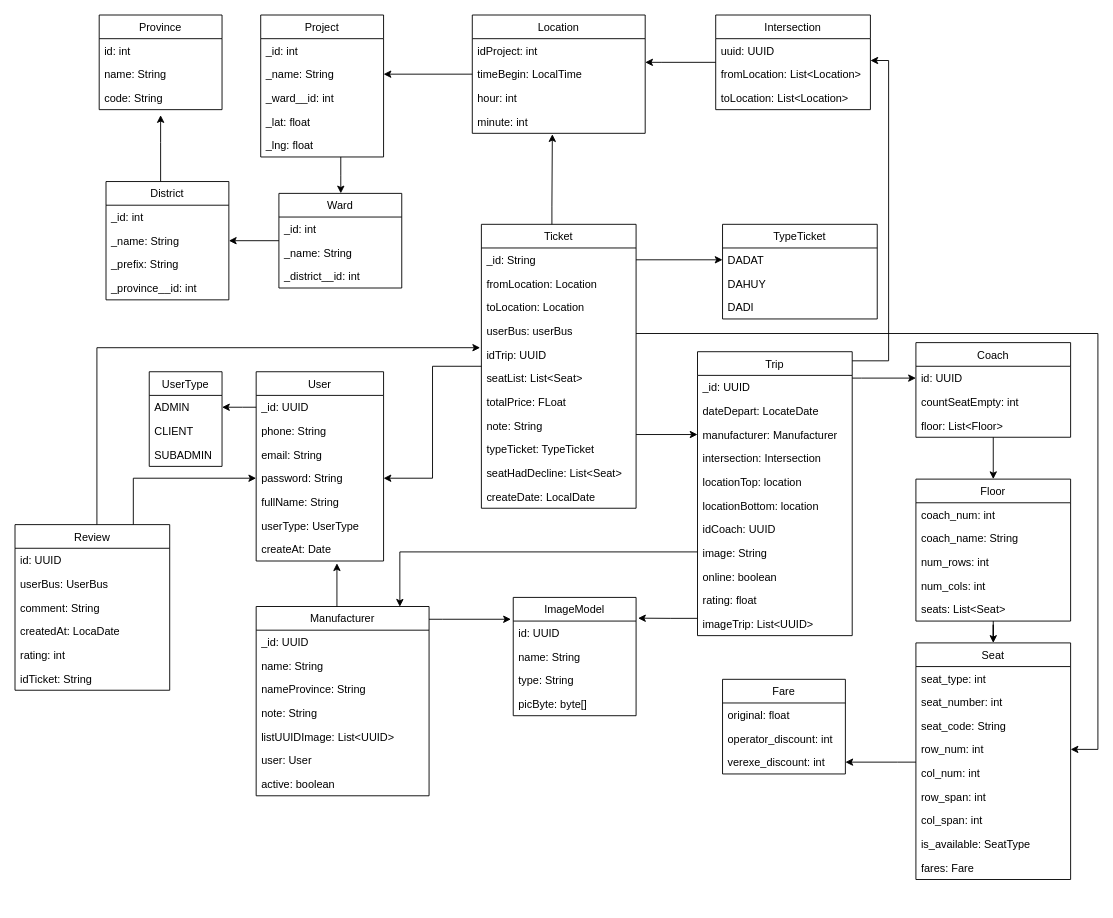
The draw.io diagram Untitled Diagram.drawio in quannguyen1999/manage-disks, before the edit. Source tidied: cells renumbered, new cells numbered last; positions are measured from the earlier drawing's top-left corner, leaving out a move shared by most shapes. Both pictures are drawn from the tidied source at 91%, with x=0, y=0 at pixel (15, 15).
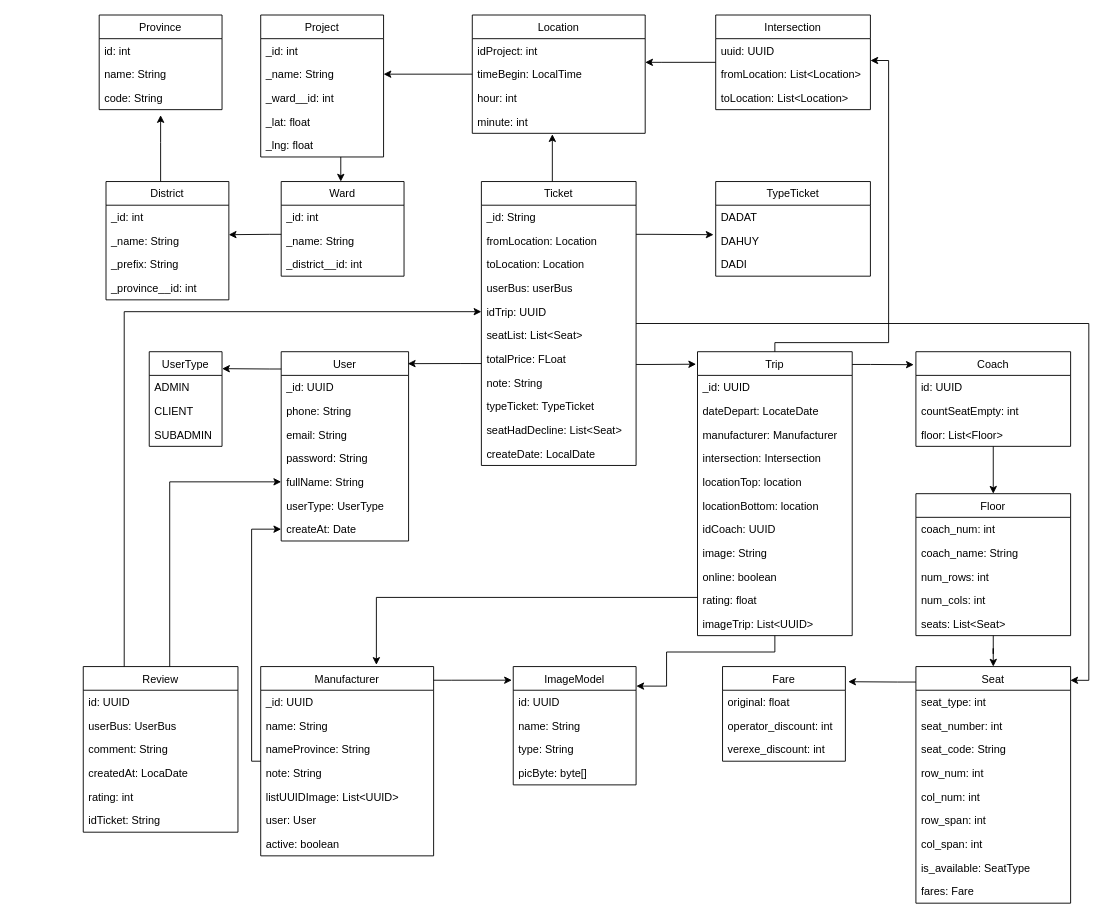
The same diagram, later.

The change refers to these unchanged cells:
```xml
<mxCell id="3" value="ADMIN" style="text;strokeColor=none;fillColor=none;align=left;verticalAlign=top;spacingLeft=4;spacingRight=4;overflow=hidden;points=[[0,0.5],[1,0.5]];portConstraint=eastwest;" parent="2" vertex="1">
  <mxGeometry y="26" width="80" height="26" as="geometry" />
</mxCell>
<mxCell id="11" value="password: String" style="text;strokeColor=none;fillColor=none;align=left;verticalAlign=top;spacingLeft=4;spacingRight=4;overflow=hidden;points=[[0,0.5],[1,0.5]];portConstraint=eastwest;" parent="7" vertex="1">
  <mxGeometry y="104" width="140" height="26" as="geometry" />
</mxCell>
<mxCell id="12" value="fullName: String" style="text;strokeColor=none;fillColor=none;align=left;verticalAlign=top;spacingLeft=4;spacingRight=4;overflow=hidden;points=[[0,0.5],[1,0.5]];portConstraint=eastwest;" parent="7" vertex="1">
  <mxGeometry y="130" width="140" height="26" as="geometry" />
</mxCell>
<mxCell id="14" value="createAt: Date" style="text;strokeColor=none;fillColor=none;align=left;verticalAlign=top;spacingLeft=4;spacingRight=4;overflow=hidden;points=[[0,0.5],[1,0.5]];portConstraint=eastwest;" parent="7" vertex="1">
  <mxGeometry y="182" width="140" height="26" as="geometry" />
</mxCell>
<mxCell id="23" value="_name: String" style="text;strokeColor=none;fillColor=none;align=left;verticalAlign=top;spacingLeft=4;spacingRight=4;overflow=hidden;points=[[0,0.5],[1,0.5]];portConstraint=eastwest;" parent="21" vertex="1">
  <mxGeometry y="52" width="135" height="26" as="geometry" />
</mxCell>
<mxCell id="38" value="id: UUID" style="text;strokeColor=none;fillColor=none;align=left;verticalAlign=top;spacingLeft=4;spacingRight=4;overflow=hidden;points=[[0,0.5],[1,0.5]];portConstraint=eastwest;" parent="37" vertex="1">
  <mxGeometry y="26" width="135" height="26" as="geometry" />
</mxCell>
<mxCell id="61" value="fromLocation: List&lt;Location&gt;" style="text;strokeColor=none;fillColor=none;align=left;verticalAlign=top;spacingLeft=4;spacingRight=4;overflow=hidden;points=[[0,0.5],[1,0.5]];portConstraint=eastwest;" parent="59" vertex="1">
  <mxGeometry y="52" width="170" height="26" as="geometry" />
</mxCell>
<mxCell id="68" value="row_num: int" style="text;strokeColor=none;fillColor=none;align=left;verticalAlign=top;spacingLeft=4;spacingRight=4;overflow=hidden;points=[[0,0.5],[1,0.5]];portConstraint=eastwest;" parent="64" vertex="1">
  <mxGeometry y="104" width="170" height="26" as="geometry" />
</mxCell>
<mxCell id="85" value="Trip" style="swimlane;fontStyle=0;horizontal=1;startSize=26;fillColor=none;" parent="1" vertex="1">
  <mxGeometry x="750" y="370" width="170" height="312" as="geometry" />
</mxCell>
<mxCell id="99" value="id: UUID" style="text;strokeColor=none;fillColor=none;align=left;verticalAlign=top;spacingLeft=4;spacingRight=4;overflow=hidden;points=[[0,0.5],[1,0.5]];portConstraint=eastwest;" parent="98" vertex="1">
  <mxGeometry y="26" width="170" height="26" as="geometry" />
</mxCell>
<mxCell id="103" value="DADAT" style="text;strokeColor=none;fillColor=none;align=left;verticalAlign=top;spacingLeft=4;spacingRight=4;overflow=hidden;points=[[0,0.5],[1,0.5]];portConstraint=eastwest;" parent="102" vertex="1">
  <mxGeometry y="26" width="170" height="26" as="geometry" />
</mxCell>
<mxCell id="104" value="DAHUY" style="text;strokeColor=none;fillColor=none;align=left;verticalAlign=top;spacingLeft=4;spacingRight=4;overflow=hidden;points=[[0,0.5],[1,0.5]];portConstraint=eastwest;" parent="102" vertex="1">
  <mxGeometry y="52" width="170" height="26" as="geometry" />
</mxCell>
<mxCell id="116" value="idTrip: UUID" style="text;strokeColor=none;fillColor=none;align=left;verticalAlign=top;spacingLeft=4;spacingRight=4;overflow=hidden;points=[[0,0.5],[1,0.5]];portConstraint=eastwest;" parent="111" vertex="1">
  <mxGeometry y="130" width="170" height="26" as="geometry" />
</mxCell>
<mxCell id="135" value="verexe_discount: int" style="text;strokeColor=none;fillColor=none;align=left;verticalAlign=top;spacingLeft=4;spacingRight=4;overflow=hidden;points=[[0,0.5],[1,0.5]];portConstraint=eastwest;" parent="132" vertex="1">
  <mxGeometry y="78" width="135" height="26" as="geometry" />
</mxCell>
```

Change to the diagram source:
```diff
@@
     <mxCell id="2" value="UserType" style="swimlane;fontStyle=0;horizontal=1;startSize=26;fillColor=none;" parent="1" vertex="1">
-      <mxGeometry x="147.5" y="392" width="80" height="104" as="geometry" />
+      <mxGeometry x="147.5" y="370" width="80" height="104" as="geometry" />
     </mxCell>
@@
-    <mxCell id="6" style="edgeStyle=orthogonalEdgeStyle;rounded=0;jettySize=auto;html=1;entryX=1;entryY=0.5;entryDx=0;entryDy=0;" parent="1" edge="1" source="7" target="3">
-      <mxGeometry relative="1" as="geometry">
-        <Array as="points">
-          <mxPoint x="250" y="431" />
-          <mxPoint x="250" y="431" />
-        </Array>
-      </mxGeometry>
-    </mxCell>
+    <mxCell id="136" style="edgeStyle=orthogonalEdgeStyle;rounded=0;jettySize=auto;html=1;entryX=1.001;entryY=0.179;entryDx=0;entryDy=0;entryPerimeter=0;" parent="1" edge="1" source="7" target="2">
+      <mxGeometry relative="1" as="geometry">
+        <Array as="points">
+          <mxPoint x="280" y="389" />
+          <mxPoint x="280" y="389" />
+        </Array>
+      </mxGeometry>
+    </mxCell>
     <mxCell id="7" value="User" style="swimlane;fontStyle=0;horizontal=1;startSize=26;fillColor=none;" parent="1" vertex="1">
-      <mxGeometry x="265" y="392" width="140" height="208" as="geometry" />
+      <mxGeometry x="292.5" y="370" width="140" height="208" as="geometry" />
     </mxCell>
@@
-    <mxCell id="15" style="edgeStyle=orthogonalEdgeStyle;rounded=0;jettySize=auto;html=1;entryX=1;entryY=0.5;entryDx=0;entryDy=0;" parent="1" edge="1" source="16" target="23">
-      <mxGeometry relative="1" as="geometry" />
+    <mxCell id="15" style="edgeStyle=orthogonalEdgeStyle;rounded=0;jettySize=auto;html=1;entryX=0.999;entryY=0.246;entryDx=0;entryDy=0;entryPerimeter=0;" parent="1" edge="1" source="16" target="23">
+      <mxGeometry relative="1" as="geometry">
+        <Array as="points">
+          <mxPoint x="280" y="241" />
+          <mxPoint x="280" y="241" />
+        </Array>
+      </mxGeometry>
     </mxCell>
     <mxCell id="16" value="Ward" style="swimlane;fontStyle=0;horizontal=1;startSize=26;fillColor=none;" parent="1" vertex="1">
-      <mxGeometry x="290" y="196" width="135" height="104" as="geometry" />
+      <mxGeometry x="292.5" y="183" width="135" height="104" as="geometry" />
     </mxCell>
@@
     <mxCell id="37" value="ImageModel" style="swimlane;fontStyle=0;horizontal=1;startSize=26;fillColor=none;" parent="1" vertex="1">
-      <mxGeometry x="547.5" y="640" width="135" height="130" as="geometry" />
+      <mxGeometry x="547.5" y="716" width="135" height="130" as="geometry" />
     </mxCell>
@@
-    <mxCell id="42" style="edgeStyle=orthogonalEdgeStyle;rounded=0;jettySize=auto;html=1;entryX=0.634;entryY=1.095;entryDx=0;entryDy=0;entryPerimeter=0;" parent="1" edge="1" source="44" target="14">
+    <mxCell id="42" style="edgeStyle=orthogonalEdgeStyle;rounded=0;jettySize=auto;html=1;entryX=0;entryY=0.5;entryDx=0;entryDy=0;" parent="1" edge="1" source="44" target="14">
       <mxGeometry relative="1" as="geometry">
         <Array as="points">
-          <mxPoint x="354" y="660" />
-          <mxPoint x="354" y="660" />
+          <mxPoint x="260" y="820" />
+          <mxPoint x="260" y="565" />
         </Array>
       </mxGeometry>
     </mxCell>
-    <mxCell id="43" style="edgeStyle=orthogonalEdgeStyle;rounded=0;jettySize=auto;html=1;entryX=-0.019;entryY=-0.077;entryDx=0;entryDy=0;entryPerimeter=0;" parent="1" edge="1" source="44" target="38">
-      <mxGeometry relative="1" as="geometry">
-        <Array as="points">
-          <mxPoint x="470" y="664" />
-          <mxPoint x="470" y="664" />
-        </Array>
-      </mxGeometry>
-    </mxCell>
+    <mxCell id="137" style="edgeStyle=orthogonalEdgeStyle;rounded=0;jettySize=auto;html=1;entryX=-0.011;entryY=0.115;entryDx=0;entryDy=0;entryPerimeter=0;" parent="1" edge="1" source="44" target="37">
+      <mxGeometry relative="1" as="geometry">
+        <Array as="points">
+          <mxPoint x="480" y="731" />
+          <mxPoint x="480" y="731" />
+        </Array>
+      </mxGeometry>
+    </mxCell>
     <mxCell id="44" value="Manufacturer" style="swimlane;fontStyle=0;horizontal=1;startSize=26;fillColor=none;" parent="1" vertex="1">
-      <mxGeometry x="265" y="650" width="190" height="208" as="geometry" />
+      <mxGeometry x="270" y="716" width="190" height="208" as="geometry" />
     </mxCell>
@@
-    <mxCell id="63" style="edgeStyle=orthogonalEdgeStyle;rounded=0;jettySize=auto;html=1;entryX=1;entryY=0.5;entryDx=0;entryDy=0;" parent="1" edge="1" source="64" target="135">
-      <mxGeometry relative="1" as="geometry">
-        <Array as="points">
-          <mxPoint x="970" y="821" />
-          <mxPoint x="970" y="821" />
-        </Array>
-      </mxGeometry>
-    </mxCell>
+    <mxCell id="138" style="edgeStyle=orthogonalEdgeStyle;rounded=0;jettySize=auto;html=1;entryX=1.023;entryY=0.16;entryDx=0;entryDy=0;entryPerimeter=0;" parent="1" edge="1" source="64" target="132">
+      <mxGeometry relative="1" as="geometry">
+        <Array as="points">
+          <mxPoint x="970" y="733" />
+          <mxPoint x="970" y="733" />
+        </Array>
+      </mxGeometry>
+    </mxCell>
     <mxCell id="64" value="Seat" style="swimlane;fontStyle=0;horizontal=1;startSize=26;fillColor=none;" parent="1" vertex="1">
-      <mxGeometry x="990" y="690" width="170" height="260" as="geometry" />
+      <mxGeometry x="990" y="716" width="170" height="260" as="geometry" />
     </mxCell>
@@
     <mxCell id="75" value="Floor" style="swimlane;fontStyle=0;horizontal=1;startSize=26;fillColor=none;" parent="1" vertex="1">
-      <mxGeometry x="990" y="510" width="170" height="156" as="geometry" />
+      <mxGeometry x="990" y="526" width="170" height="156" as="geometry" />
     </mxCell>
@@
-    <mxCell id="81" style="edgeStyle=orthogonalEdgeStyle;rounded=0;jettySize=auto;html=1;entryX=0;entryY=0.5;entryDx=0;entryDy=0;" parent="1" edge="1" source="85" target="99">
-      <mxGeometry relative="1" as="geometry">
-        <Array as="points">
-          <mxPoint x="930" y="399" />
-          <mxPoint x="930" y="399" />
-        </Array>
-      </mxGeometry>
-    </mxCell>
-    <mxCell id="82" style="edgeStyle=orthogonalEdgeStyle;rounded=0;jettySize=auto;html=1;entryX=1.016;entryY=-0.123;entryDx=0;entryDy=0;entryPerimeter=0;" parent="1" edge="1" source="85" target="38">
-      <mxGeometry relative="1" as="geometry">
-        <Array as="points">
-          <mxPoint x="720" y="663" />
-          <mxPoint x="720" y="663" />
-        </Array>
-      </mxGeometry>
-    </mxCell>
+    <mxCell id="84" style="edgeStyle=orthogonalEdgeStyle;rounded=0;jettySize=auto;html=1;entryX=1;entryY=-0.077;entryDx=0;entryDy=0;entryPerimeter=0;" parent="1" edge="1" source="85" target="61">
+      <mxGeometry relative="1" as="geometry">
+        <Array as="points">
+          <mxPoint x="835" y="360" />
+          <mxPoint x="960" y="360" />
+          <mxPoint x="960" y="50" />
+        </Array>
+      </mxGeometry>
+    </mxCell>
+    <mxCell id="139" style="edgeStyle=orthogonalEdgeStyle;rounded=0;jettySize=auto;html=1;entryX=-0.014;entryY=0.137;entryDx=0;entryDy=0;entryPerimeter=0;" parent="1" edge="1" source="85" target="98">
+      <mxGeometry relative="1" as="geometry">
+        <Array as="points">
+          <mxPoint x="940" y="384" />
+          <mxPoint x="940" y="384" />
+        </Array>
+      </mxGeometry>
+    </mxCell>
-    <mxCell id="83" style="edgeStyle=orthogonalEdgeStyle;rounded=0;jettySize=auto;html=1;entryX=0.831;entryY=0.001;entryDx=0;entryDy=0;entryPerimeter=0;" parent="1" edge="1" source="85" target="44">
+    <mxCell id="83" style="edgeStyle=orthogonalEdgeStyle;rounded=0;jettySize=auto;html=1;entryX=0.669;entryY=-0.009;entryDx=0;entryDy=0;entryPerimeter=0;" parent="1" edge="1" source="85" target="44">
       <mxGeometry relative="1" as="geometry">
         <Array as="points">
-          <mxPoint x="423" y="590" />
+          <mxPoint x="397" y="640" />
         </Array>
       </mxGeometry>
     </mxCell>
-    <mxCell id="84" style="edgeStyle=orthogonalEdgeStyle;rounded=0;jettySize=auto;html=1;entryX=1;entryY=-0.077;entryDx=0;entryDy=0;entryPerimeter=0;" parent="1" edge="1" source="85" target="61">
-      <mxGeometry relative="1" as="geometry">
-        <Array as="points">
-          <mxPoint x="960" y="380" />
-          <mxPoint x="960" y="50" />
-        </Array>
-      </mxGeometry>
-    </mxCell>
+    <mxCell id="140" style="edgeStyle=orthogonalEdgeStyle;rounded=0;jettySize=auto;html=1;entryX=1.002;entryY=0.165;entryDx=0;entryDy=0;entryPerimeter=0;" parent="1" edge="1" source="85" target="37">
+      <mxGeometry relative="1" as="geometry">
+        <Array as="points">
+          <mxPoint x="835" y="700" />
+          <mxPoint x="716" y="700" />
+          <mxPoint x="716" y="738" />
+        </Array>
+      </mxGeometry>
+    </mxCell>
@@
     <mxCell id="98" value="Coach" style="swimlane;fontStyle=0;horizontal=1;startSize=26;fillColor=none;" parent="1" vertex="1">
-      <mxGeometry x="990" y="360" width="170" height="104" as="geometry" />
+      <mxGeometry x="990" y="370" width="170" height="104" as="geometry" />
     </mxCell>
@@
     <mxCell id="102" value="TypeTicket" style="swimlane;fontStyle=0;horizontal=1;startSize=26;fillColor=none;" parent="1" vertex="1">
-      <mxGeometry x="777.5" y="230" width="170" height="104" as="geometry" />
+      <mxGeometry x="770" y="183" width="170" height="104" as="geometry" />
     </mxCell>
@@
-    <mxCell id="106" style="edgeStyle=orthogonalEdgeStyle;rounded=0;jettySize=auto;html=1;entryX=1;entryY=0.5;entryDx=0;entryDy=0;" parent="1" edge="1" source="111" target="11">
-      <mxGeometry relative="1" as="geometry" />
+    <mxCell id="106" style="edgeStyle=orthogonalEdgeStyle;rounded=0;jettySize=auto;html=1;entryX=0.994;entryY=0.063;entryDx=0;entryDy=0;entryPerimeter=0;" parent="1" edge="1" source="111" target="7">
+      <mxGeometry relative="1" as="geometry">
+        <Array as="points">
+          <mxPoint x="490" y="383" />
+          <mxPoint x="490" y="383" />
+        </Array>
+      </mxGeometry>
     </mxCell>
-    <mxCell id="107" style="edgeStyle=orthogonalEdgeStyle;rounded=0;jettySize=auto;html=1;entryX=0;entryY=0.5;entryDx=0;entryDy=0;" parent="1" edge="1" source="111">
-      <mxGeometry relative="1" as="geometry">
-        <mxPoint x="750" y="461" as="targetPoint" />
-        <Array as="points">
-          <mxPoint x="700" y="461" />
-          <mxPoint x="700" y="461" />
-        </Array>
-      </mxGeometry>
-    </mxCell>
@@
-    <mxCell id="109" style="edgeStyle=orthogonalEdgeStyle;rounded=0;jettySize=auto;html=1;entryX=1;entryY=0.5;entryDx=0;entryDy=0;" parent="1" edge="1" source="111" target="68">
-      <mxGeometry relative="1" as="geometry">
-        <Array as="points">
-          <mxPoint x="1190" y="350" />
-          <mxPoint x="1190" y="807" />
-        </Array>
-      </mxGeometry>
-    </mxCell>
-    <mxCell id="110" style="edgeStyle=orthogonalEdgeStyle;rounded=0;jettySize=auto;html=1;entryX=0;entryY=0.5;entryDx=0;entryDy=0;" parent="1" edge="1" source="111" target="103">
-      <mxGeometry relative="1" as="geometry">
-        <Array as="points">
-          <mxPoint x="700" y="269" />
-          <mxPoint x="700" y="269" />
-        </Array>
-      </mxGeometry>
-    </mxCell>
+    <mxCell id="141" style="edgeStyle=orthogonalEdgeStyle;rounded=0;jettySize=auto;html=1;entryX=-0.014;entryY=0.246;entryDx=0;entryDy=0;entryPerimeter=0;" parent="1" edge="1" source="111" target="104">
+      <mxGeometry relative="1" as="geometry">
+        <Array as="points">
+          <mxPoint x="700" y="241" />
+          <mxPoint x="700" y="241" />
+        </Array>
+      </mxGeometry>
+    </mxCell>
+    <mxCell id="142" style="edgeStyle=orthogonalEdgeStyle;rounded=0;jettySize=auto;html=1;entryX=-0.009;entryY=0.044;entryDx=0;entryDy=0;entryPerimeter=0;" parent="1" edge="1" source="111" target="85">
+      <mxGeometry relative="1" as="geometry">
+        <Array as="points">
+          <mxPoint x="700" y="384" />
+          <mxPoint x="700" y="384" />
+        </Array>
+      </mxGeometry>
+    </mxCell>
+    <mxCell id="143" style="edgeStyle=orthogonalEdgeStyle;rounded=0;jettySize=auto;html=1;entryX=0.998;entryY=0.058;entryDx=0;entryDy=0;entryPerimeter=0;" parent="1" edge="1" source="111" target="64">
+      <mxGeometry relative="1" as="geometry" />
+    </mxCell>
     <mxCell id="111" value="Ticket" style="swimlane;fontStyle=0;horizontal=1;startSize=26;fillColor=none;" parent="1" vertex="1">
-      <mxGeometry x="512.5" y="230" width="170" height="312" as="geometry" />
+      <mxGeometry x="512.5" y="183" width="170" height="312" as="geometry" />
     </mxCell>
@@
-    <mxCell id="123" style="edgeStyle=orthogonalEdgeStyle;rounded=0;jettySize=auto;html=1;entryX=0;entryY=0.5;entryDx=0;entryDy=0;" parent="1" edge="1" source="125" target="11">
-      <mxGeometry relative="1" as="geometry">
-        <Array as="points">
-          <mxPoint x="130" y="509" />
-        </Array>
-      </mxGeometry>
-    </mxCell>
-    <mxCell id="124" style="edgeStyle=orthogonalEdgeStyle;rounded=0;jettySize=auto;html=1;entryX=-0.008;entryY=0.215;entryDx=0;entryDy=0;entryPerimeter=0;" parent="1" edge="1" source="125" target="116">
+    <mxCell id="124" style="edgeStyle=orthogonalEdgeStyle;rounded=0;jettySize=auto;html=1;entryX=0;entryY=0.5;entryDx=0;entryDy=0;" parent="1" edge="1" source="125" target="116">
       <mxGeometry relative="1" as="geometry">
         <Array as="points">
-          <mxPoint x="90" y="366" />
+          <mxPoint x="120" y="326" />
         </Array>
       </mxGeometry>
     </mxCell>
+    <mxCell id="144" style="edgeStyle=orthogonalEdgeStyle;rounded=0;jettySize=auto;html=1;entryX=0;entryY=0.5;entryDx=0;entryDy=0;" parent="1" edge="1" source="125" target="12">
+      <mxGeometry relative="1" as="geometry">
+        <Array as="points">
+          <mxPoint x="170" y="513" />
+        </Array>
+      </mxGeometry>
+    </mxCell>
     <mxCell id="125" value="Review" style="swimlane;fontStyle=0;horizontal=1;startSize=26;fillColor=none;" parent="1" vertex="1">
-      <mxGeometry y="560" width="170" height="182" as="geometry" />
+      <mxGeometry x="75" y="716" width="170" height="182" as="geometry" />
     </mxCell>
@@
     <mxCell id="132" value="Fare" style="swimlane;fontStyle=0;horizontal=1;startSize=26;fillColor=none;" parent="1" vertex="1">
-      <mxGeometry x="777.5" y="730" width="135" height="104" as="geometry" />
+      <mxGeometry x="777.5" y="716" width="135" height="104" as="geometry" />
     </mxCell>
```
